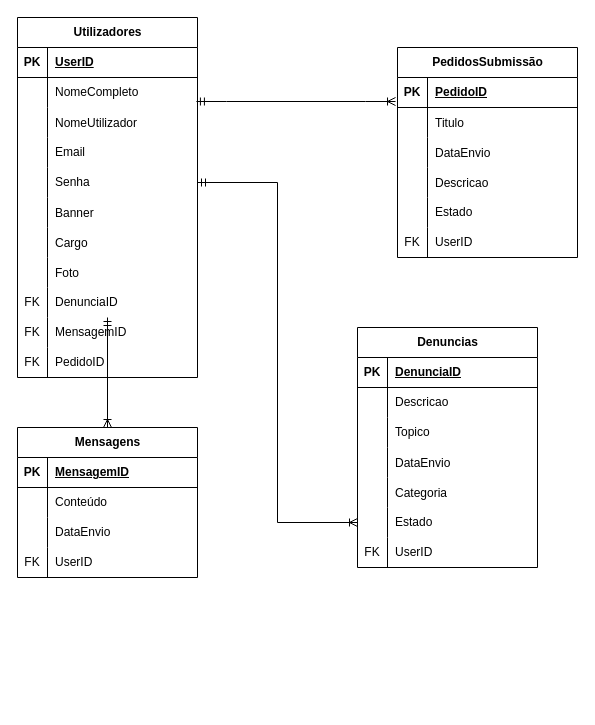
Before: page "Modelo relacional" (2 of 2) of Drawio/Casos_de_Uso.drawio in henriqueolivgp/Plataforma-De-Denuncias-De-Ciberataques, a draw.io diagram. Source tidied: cells renumbered, new cells numbered last; positions are measured from the earlier drawing's top-left corner, leaving out a move shared by most shapes. Both pictures are drawn from the tidied source at 100%, with x=0, y=0 at pixel (17, 17).
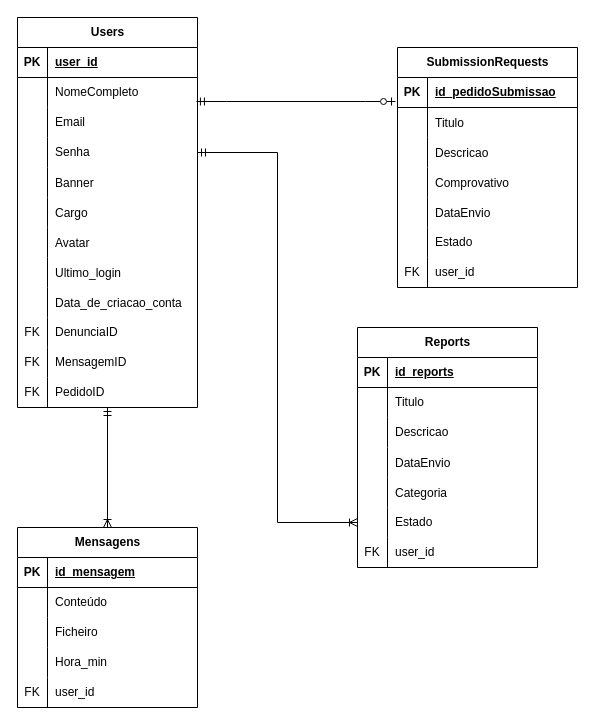
The same page after the edit.

Unchanged cells that the change refers to:
```xml
<mxCell id="3" style="shape=tableRow;horizontal=0;startSize=0;swimlaneHead=0;swimlaneBody=0;fillColor=none;top=0;left=0;right=0;bottom=1;" parent="2" vertex="1">
  <mxGeometry y="30" width="180" height="30" as="geometry" />
</mxCell>
<mxCell id="6" style="shape=tableRow;horizontal=0;startSize=0;swimlaneHead=0;swimlaneBody=0;fillColor=none;points=[[0,0.5],[1,0.5]];portConstraint=eastwest;top=0;left=0;right=0;bottom=0;" parent="2" vertex="1">
  <mxGeometry y="60" width="180" height="30" as="geometry" />
</mxCell>
<mxCell id="37" style="shape=tableRow;horizontal=0;startSize=0;swimlaneHead=0;swimlaneBody=0;fillColor=none;points=[[0,0.5],[1,0.5]];portConstraint=eastwest;top=0;left=0;right=0;bottom=1;" parent="36" vertex="1">
  <mxGeometry y="30" width="180" height="30" as="geometry" />
</mxCell>
<mxCell id="56" style="shape=tableRow;horizontal=0;startSize=0;swimlaneHead=0;swimlaneBody=0;fillColor=none;top=0;left=0;right=0;bottom=1;" parent="55" vertex="1">
  <mxGeometry y="30" width="180" height="30" as="geometry" />
</mxCell>
<mxCell id="69" style="shape=tableRow;horizontal=0;startSize=0;swimlaneHead=0;swimlaneBody=0;fillColor=none;top=0;left=0;right=0;bottom=1;" parent="68" vertex="1">
  <mxGeometry y="30" width="180" height="30" as="geometry" />
</mxCell>
<mxCell id="72" style="shape=tableRow;horizontal=0;startSize=0;swimlaneHead=0;swimlaneBody=0;fillColor=none;top=0;left=0;right=0;bottom=0;" parent="68" vertex="1">
  <mxGeometry y="60" width="180" height="30" as="geometry" />
</mxCell>
<mxCell id="75" style="shape=tableRow;horizontal=0;startSize=0;swimlaneHead=0;swimlaneBody=0;fillColor=none;top=0;left=0;right=0;bottom=0;" parent="68" vertex="1">
  <mxGeometry y="90" width="180" height="30" as="geometry" />
</mxCell>
<mxCell id="87" style="shape=tableRow;horizontal=0;startSize=0;swimlaneHead=0;swimlaneBody=0;fillColor=none;top=0;left=0;right=0;bottom=0;" parent="68" vertex="1">
  <mxGeometry y="210" width="180" height="30" as="geometry" />
</mxCell>
```

What changed in the source:
```diff
@@
-    <mxCell id="2" value="Utilizadores" style="shape=table;startSize=30;childLayout=tableLayout;rowLines=0;fontStyle=1;align=center;html=1;" parent="1" vertex="1">
-      <mxGeometry width="180" height="360" as="geometry" />
+    <mxCell id="2" value="Users" style="shape=table;startSize=30;childLayout=tableLayout;rowLines=0;fontStyle=1;align=center;html=1;" parent="1" vertex="1">
+      <mxGeometry width="180" height="390" as="geometry" />
     </mxCell>
@@
-    <mxCell id="5" value="UserID" style="shape=partialRectangle;fillColor=none;top=0;left=0;bottom=0;right=0;align=left;spacingLeft=6;fontStyle=5;overflow=hidden;whiteSpace=wrap;html=1;" parent="3" vertex="1">
+    <mxCell id="5" value="user_id" style="shape=partialRectangle;fillColor=none;top=0;left=0;bottom=0;right=0;align=left;spacingLeft=6;fontStyle=5;overflow=hidden;whiteSpace=wrap;html=1;" parent="3" vertex="1">
       <mxGeometry x="30" width="150" height="30" as="geometry" />
     </mxCell>
@@
-    <mxCell id="9" style="shape=tableRow;horizontal=0;startSize=0;swimlaneHead=0;swimlaneBody=0;fillColor=none;top=0;left=0;right=0;bottom=0;" parent="2" vertex="1">
-      <mxGeometry y="90" width="180" height="30" as="geometry" />
-    </mxCell>
-    <mxCell id="10" style="shape=partialRectangle;fillColor=none;top=0;left=0;bottom=0;right=0;overflow=hidden;" parent="9" vertex="1">
-      <mxGeometry width="30" height="30" as="geometry" />
-    </mxCell>
-    <mxCell id="11" value="NomeUtilizador" style="shape=partialRectangle;fillColor=none;top=0;left=0;bottom=0;right=0;align=left;spacingLeft=6;overflow=hidden;" parent="9" vertex="1">
-      <mxGeometry x="30" width="150" height="30" as="geometry" />
-    </mxCell>
     <mxCell id="12" style="shape=tableRow;horizontal=0;startSize=0;swimlaneHead=0;swimlaneBody=0;fillColor=none;top=0;left=0;right=0;bottom=0;" parent="2" vertex="1">
-      <mxGeometry y="120" width="180" height="30" as="geometry" />
+      <mxGeometry y="90" width="180" height="30" as="geometry" />
     </mxCell>
@@
     <mxCell id="15" style="shape=tableRow;horizontal=0;startSize=0;swimlaneHead=0;swimlaneBody=0;fillColor=none;points=[[0,0.5],[1,0.5]];portConstraint=eastwest;top=0;left=0;right=0;bottom=0;" parent="2" vertex="1">
-      <mxGeometry y="150" width="180" height="30" as="geometry" />
+      <mxGeometry y="120" width="180" height="30" as="geometry" />
     </mxCell>
@@
     <mxCell id="18" style="shape=tableRow;horizontal=0;startSize=0;swimlaneHead=0;swimlaneBody=0;fillColor=none;top=0;left=0;right=0;bottom=0;" parent="2" vertex="1">
-      <mxGeometry y="180" width="180" height="30" as="geometry" />
+      <mxGeometry y="150" width="180" height="30" as="geometry" />
     </mxCell>
@@
     <mxCell id="21" style="shape=tableRow;horizontal=0;startSize=0;swimlaneHead=0;swimlaneBody=0;fillColor=none;top=0;left=0;right=0;bottom=0;" parent="2" vertex="1">
-      <mxGeometry y="210" width="180" height="30" as="geometry" />
+      <mxGeometry y="180" width="180" height="30" as="geometry" />
     </mxCell>
@@
     <mxCell id="24" style="shape=tableRow;horizontal=0;startSize=0;swimlaneHead=0;swimlaneBody=0;fillColor=none;top=0;left=0;right=0;bottom=0;" parent="2" vertex="1">
-      <mxGeometry y="240" width="180" height="30" as="geometry" />
+      <mxGeometry y="210" width="180" height="30" as="geometry" />
     </mxCell>
@@
-    <mxCell id="26" value="Foto" style="shape=partialRectangle;fillColor=none;top=0;left=0;bottom=0;right=0;align=left;spacingLeft=6;overflow=hidden;" parent="24" vertex="1">
+    <mxCell id="26" value="Avatar" style="shape=partialRectangle;fillColor=none;top=0;left=0;bottom=0;right=0;align=left;spacingLeft=6;overflow=hidden;" parent="24" vertex="1">
       <mxGeometry x="30" width="150" height="30" as="geometry" />
     </mxCell>
+    <mxCell id="93" style="shape=tableRow;horizontal=0;startSize=0;swimlaneHead=0;swimlaneBody=0;fillColor=none;top=0;left=0;right=0;bottom=0;" parent="2" vertex="1">
+      <mxGeometry y="240" width="180" height="30" as="geometry" />
+    </mxCell>
+    <mxCell id="94" style="shape=partialRectangle;fillColor=none;top=0;left=0;bottom=0;right=0;overflow=hidden;" parent="93" vertex="1">
+      <mxGeometry width="30" height="30" as="geometry" />
+    </mxCell>
+    <mxCell id="95" value="Ultimo_login" style="shape=partialRectangle;fillColor=none;top=0;left=0;bottom=0;right=0;align=left;spacingLeft=6;overflow=hidden;" parent="93" vertex="1">
+      <mxGeometry x="30" width="150" height="30" as="geometry" />
+    </mxCell>
+    <mxCell id="96" style="shape=tableRow;horizontal=0;startSize=0;swimlaneHead=0;swimlaneBody=0;fillColor=none;top=0;left=0;right=0;bottom=0;" parent="2" vertex="1">
+      <mxGeometry y="270" width="180" height="30" as="geometry" />
+    </mxCell>
+    <mxCell id="97" style="shape=partialRectangle;fillColor=none;top=0;left=0;bottom=0;right=0;overflow=hidden;" parent="96" vertex="1">
+      <mxGeometry width="30" height="30" as="geometry" />
+    </mxCell>
+    <mxCell id="98" value="Data_de_criacao_conta" style="shape=partialRectangle;fillColor=none;top=0;left=0;bottom=0;right=0;align=left;spacingLeft=6;overflow=hidden;" parent="96" vertex="1">
+      <mxGeometry x="30" width="150" height="30" as="geometry" />
+    </mxCell>
     <mxCell id="27" style="shape=tableRow;horizontal=0;startSize=0;swimlaneHead=0;swimlaneBody=0;fillColor=none;top=0;left=0;right=0;bottom=0;" parent="2" vertex="1">
-      <mxGeometry y="270" width="180" height="30" as="geometry" />
+      <mxGeometry y="300" width="180" height="30" as="geometry" />
     </mxCell>
@@
     <mxCell id="30" style="shape=tableRow;horizontal=0;startSize=0;swimlaneHead=0;swimlaneBody=0;fillColor=none;top=0;left=0;right=0;bottom=0;" parent="2" vertex="1">
-      <mxGeometry y="300" width="180" height="30" as="geometry" />
+      <mxGeometry y="330" width="180" height="30" as="geometry" />
     </mxCell>
@@
     <mxCell id="33" style="shape=tableRow;horizontal=0;startSize=0;swimlaneHead=0;swimlaneBody=0;fillColor=none;points=[[0,0.5],[1,0.5]];portConstraint=eastwest;top=0;left=0;right=0;bottom=0;" parent="2" vertex="1">
-      <mxGeometry y="330" width="180" height="30" as="geometry" />
+      <mxGeometry y="360" width="180" height="30" as="geometry" />
     </mxCell>
@@
-    <mxCell id="36" value="PedidosSubmissão" style="shape=table;startSize=30;childLayout=tableLayout;rowLines=0;fontStyle=1;align=center;html=1;" parent="1" vertex="1">
-      <mxGeometry x="380" y="30" width="180" height="210" as="geometry" />
+    <mxCell id="36" value="SubmissionRequests" style="shape=table;startSize=30;childLayout=tableLayout;rowLines=0;fontStyle=1;align=center;html=1;" parent="1" vertex="1">
+      <mxGeometry x="380" y="30" width="180" height="240" as="geometry" />
     </mxCell>
@@
-    <mxCell id="39" value="PedidoID" style="shape=partialRectangle;fillColor=none;top=0;left=0;bottom=0;right=0;align=left;spacingLeft=6;fontStyle=5;overflow=hidden;whiteSpace=wrap;html=1;" parent="37" vertex="1">
+    <mxCell id="39" value="id_pedidoSubmissao" style="shape=partialRectangle;fillColor=none;top=0;left=0;bottom=0;right=0;align=left;spacingLeft=6;fontStyle=5;overflow=hidden;whiteSpace=wrap;html=1;" parent="37" vertex="1">
       <mxGeometry x="30" width="150" height="30" as="geometry" />
     </mxCell>
@@
+    <mxCell id="99" style="shape=tableRow;horizontal=0;startSize=0;swimlaneHead=0;swimlaneBody=0;fillColor=none;top=0;left=0;right=0;bottom=0;" parent="36" vertex="1">
+      <mxGeometry y="90" width="180" height="30" as="geometry" />
+    </mxCell>
+    <mxCell id="100" style="shape=partialRectangle;fillColor=none;top=0;left=0;bottom=0;right=0;overflow=hidden;" parent="99" vertex="1">
+      <mxGeometry width="30" height="30" as="geometry" />
+    </mxCell>
+    <mxCell id="48" value="Descricao" style="shape=partialRectangle;fillColor=none;top=0;left=0;bottom=0;right=0;align=left;spacingLeft=6;overflow=hidden;" parent="99" vertex="1">
+      <mxGeometry x="30" width="150" height="30" as="geometry" />
+    </mxCell>
+    <mxCell id="46" style="shape=tableRow;horizontal=0;startSize=0;swimlaneHead=0;swimlaneBody=0;fillColor=none;top=0;left=0;right=0;bottom=0;" parent="36" vertex="1">
+      <mxGeometry y="120" width="180" height="30" as="geometry" />
+    </mxCell>
+    <mxCell id="101" style="shape=partialRectangle;fillColor=none;top=0;left=0;bottom=0;right=0;overflow=hidden;" parent="46" vertex="1">
+      <mxGeometry width="30" height="30" as="geometry" />
+    </mxCell>
+    <mxCell id="102" value="Comprovativo" style="shape=partialRectangle;fillColor=none;top=0;left=0;bottom=0;right=0;align=left;spacingLeft=6;overflow=hidden;" parent="46" vertex="1">
+      <mxGeometry x="30" width="150" height="30" as="geometry" />
+    </mxCell>
     <mxCell id="43" style="shape=tableRow;horizontal=0;startSize=0;swimlaneHead=0;swimlaneBody=0;fillColor=none;top=0;left=0;right=0;bottom=0;" parent="36" vertex="1">
-      <mxGeometry y="90" width="180" height="30" as="geometry" />
+      <mxGeometry y="150" width="180" height="30" as="geometry" />
     </mxCell>
@@
-    <mxCell id="46" style="shape=tableRow;horizontal=0;startSize=0;swimlaneHead=0;swimlaneBody=0;fillColor=none;top=0;left=0;right=0;bottom=0;" parent="36" vertex="1">
-      <mxGeometry y="120" width="180" height="30" as="geometry" />
-    </mxCell>
-    <mxCell id="47" style="shape=partialRectangle;fillColor=none;top=0;left=0;bottom=0;right=0;overflow=hidden;" parent="46" vertex="1">
-      <mxGeometry width="30" height="30" as="geometry" />
-    </mxCell>
-    <mxCell id="48" value="Descricao" style="shape=partialRectangle;fillColor=none;top=0;left=0;bottom=0;right=0;align=left;spacingLeft=6;overflow=hidden;" parent="46" vertex="1">
-      <mxGeometry x="30" width="150" height="30" as="geometry" />
-    </mxCell>
     <mxCell id="49" style="shape=tableRow;horizontal=0;startSize=0;swimlaneHead=0;swimlaneBody=0;fillColor=none;top=0;left=0;right=0;bottom=0;" parent="36" vertex="1">
-      <mxGeometry y="150" width="180" height="30" as="geometry" />
+      <mxGeometry y="180" width="180" height="30" as="geometry" />
     </mxCell>
@@
     <mxCell id="52" style="shape=tableRow;horizontal=0;startSize=0;swimlaneHead=0;swimlaneBody=0;fillColor=none;top=0;left=0;right=0;bottom=0;" parent="36" vertex="1">
-      <mxGeometry y="180" width="180" height="30" as="geometry" />
+      <mxGeometry y="210" width="180" height="30" as="geometry" />
     </mxCell>
@@
-    <mxCell id="54" value="UserID" style="shape=partialRectangle;fillColor=none;top=0;left=0;bottom=0;right=0;align=left;spacingLeft=6;overflow=hidden;whiteSpace=wrap;html=1;" parent="52" vertex="1">
+    <mxCell id="54" value="user_id" style="shape=partialRectangle;fillColor=none;top=0;left=0;bottom=0;right=0;align=left;spacingLeft=6;overflow=hidden;whiteSpace=wrap;html=1;" parent="52" vertex="1">
       <mxGeometry x="30" width="150" height="30" as="geometry" />
     </mxCell>
     <mxCell id="55" value="Mensagens" style="shape=table;startSize=30;childLayout=tableLayout;rowLines=0;fontStyle=1;align=center;html=1;" parent="1" vertex="1">
-      <mxGeometry y="410" width="180" height="150" as="geometry" />
+      <mxGeometry y="510" width="180" height="180" as="geometry" />
     </mxCell>
@@
-    <mxCell id="58" value="MensagemID" style="shape=partialRectangle;fillColor=none;top=0;left=0;bottom=0;right=0;align=left;spacingLeft=6;fontStyle=5;overflow=hidden;whiteSpace=wrap;html=1;" parent="56" vertex="1">
+    <mxCell id="58" value="id_mensagem" style="shape=partialRectangle;fillColor=none;top=0;left=0;bottom=0;right=0;align=left;spacingLeft=6;fontStyle=5;overflow=hidden;whiteSpace=wrap;html=1;" parent="56" vertex="1">
       <mxGeometry x="30" width="150" height="30" as="geometry" />
     </mxCell>
@@
+    <mxCell id="103" style="shape=tableRow;horizontal=0;startSize=0;swimlaneHead=0;swimlaneBody=0;fillColor=none;top=0;left=0;right=0;bottom=0;" parent="55" vertex="1">
+      <mxGeometry y="90" width="180" height="30" as="geometry" />
+    </mxCell>
+    <mxCell id="104" style="shape=partialRectangle;fillColor=none;top=0;left=0;bottom=0;right=0;overflow=hidden;whiteSpace=wrap;html=1;" parent="103" vertex="1">
+      <mxGeometry width="30" height="30" as="geometry" />
+    </mxCell>
+    <mxCell id="105" value="Ficheiro" style="shape=partialRectangle;fillColor=none;top=0;left=0;bottom=0;right=0;align=left;spacingLeft=6;overflow=hidden;whiteSpace=wrap;html=1;" parent="103" vertex="1">
+      <mxGeometry x="30" width="150" height="30" as="geometry" />
+    </mxCell>
     <mxCell id="62" style="shape=tableRow;horizontal=0;startSize=0;swimlaneHead=0;swimlaneBody=0;fillColor=none;top=0;left=0;right=0;bottom=0;" parent="55" vertex="1">
-      <mxGeometry y="90" width="180" height="30" as="geometry" />
+      <mxGeometry y="120" width="180" height="30" as="geometry" />
     </mxCell>
@@
-    <mxCell id="64" value="DataEnvio" style="shape=partialRectangle;fillColor=none;top=0;left=0;bottom=0;right=0;align=left;spacingLeft=6;overflow=hidden;whiteSpace=wrap;html=1;" parent="62" vertex="1">
+    <mxCell id="64" value="Hora_min" style="shape=partialRectangle;fillColor=none;top=0;left=0;bottom=0;right=0;align=left;spacingLeft=6;overflow=hidden;whiteSpace=wrap;html=1;" parent="62" vertex="1">
       <mxGeometry x="30" width="150" height="30" as="geometry" />
     </mxCell>
     <mxCell id="65" style="shape=tableRow;horizontal=0;startSize=0;swimlaneHead=0;swimlaneBody=0;fillColor=none;top=0;left=0;right=0;bottom=0;" parent="55" vertex="1">
-      <mxGeometry y="120" width="180" height="30" as="geometry" />
+      <mxGeometry y="150" width="180" height="30" as="geometry" />
     </mxCell>
@@
-    <mxCell id="67" value="UserID" style="shape=partialRectangle;fillColor=none;top=0;left=0;bottom=0;right=0;align=left;spacingLeft=6;overflow=hidden;whiteSpace=wrap;html=1;" parent="65" vertex="1">
+    <mxCell id="67" value="user_id" style="shape=partialRectangle;fillColor=none;top=0;left=0;bottom=0;right=0;align=left;spacingLeft=6;overflow=hidden;whiteSpace=wrap;html=1;" parent="65" vertex="1">
       <mxGeometry x="30" width="150" height="30" as="geometry" />
     </mxCell>
-    <mxCell id="68" value="Denuncias" style="shape=table;startSize=30;childLayout=tableLayout;rowLines=0;fontStyle=1;align=center;html=1;" parent="1" vertex="1">
+    <mxCell id="68" value="Reports" style="shape=table;startSize=30;childLayout=tableLayout;rowLines=0;fontStyle=1;align=center;html=1;" parent="1" vertex="1">
       <mxGeometry x="340" y="310" width="180" height="240" as="geometry" />
     </mxCell>
@@
-    <mxCell id="71" value="DenunciaID" style="shape=partialRectangle;fillColor=none;top=0;left=0;bottom=0;right=0;align=left;spacingLeft=6;fontStyle=5;overflow=hidden;whiteSpace=wrap;html=1;" parent="69" vertex="1">
+    <mxCell id="71" value="id_reports" style="shape=partialRectangle;fillColor=none;top=0;left=0;bottom=0;right=0;align=left;spacingLeft=6;fontStyle=5;overflow=hidden;whiteSpace=wrap;html=1;" parent="69" vertex="1">
       <mxGeometry x="30" width="150" height="30" as="geometry" />
     </mxCell>
@@
-    <mxCell id="74" value="Descricao" style="shape=partialRectangle;fillColor=none;top=0;left=0;bottom=0;right=0;align=left;spacingLeft=6;overflow=hidden;whiteSpace=wrap;html=1;" parent="72" vertex="1">
+    <mxCell id="74" value="Titulo" style="shape=partialRectangle;fillColor=none;top=0;left=0;bottom=0;right=0;align=left;spacingLeft=6;overflow=hidden;whiteSpace=wrap;html=1;" parent="72" vertex="1">
       <mxGeometry x="30" width="150" height="30" as="geometry" />
     </mxCell>
@@
-    <mxCell id="77" value="Topico" style="shape=partialRectangle;fillColor=none;top=0;left=0;bottom=0;right=0;align=left;spacingLeft=6;overflow=hidden;whiteSpace=wrap;html=1;" parent="75" vertex="1">
+    <mxCell id="77" value="Descricao" style="shape=partialRectangle;fillColor=none;top=0;left=0;bottom=0;right=0;align=left;spacingLeft=6;overflow=hidden;whiteSpace=wrap;html=1;" parent="75" vertex="1">
       <mxGeometry x="30" width="150" height="30" as="geometry" />
     </mxCell>
@@
-    <mxCell id="89" value="UserID" style="shape=partialRectangle;fillColor=none;top=0;left=0;bottom=0;right=0;align=left;spacingLeft=6;overflow=hidden;whiteSpace=wrap;html=1;" parent="87" vertex="1">
-      <mxGeometry x="30" width="150" height="30" as="geometry" />
-    </mxCell>
+    <mxCell id="106" value="user_id" style="shape=partialRectangle;fillColor=none;top=0;left=0;bottom=0;right=0;align=left;spacingLeft=6;overflow=hidden;whiteSpace=wrap;html=1;" parent="87" vertex="1">
+      <mxGeometry x="30" width="150" height="30" as="geometry" />
+    </mxCell>
-    <mxCell id="90" style="edgeStyle=entityRelationEdgeStyle;fontSize=12;html=1;endArrow=ERoneToMany;startArrow=ERmandOne;rounded=0;exitX=0.994;exitY=0.8;exitDx=0;exitDy=0;exitPerimeter=0;entryX=-0.011;entryY=0.8;entryDx=0;entryDy=0;entryPerimeter=0;" parent="1" edge="1" source="6" target="37">
+    <mxCell id="90" style="edgeStyle=entityRelationEdgeStyle;fontSize=12;html=1;endArrow=ERzeroToOne;startArrow=ERmandOne;rounded=0;exitX=0.994;exitY=0.8;exitDx=0;exitDy=0;exitPerimeter=0;entryX=-0.011;entryY=0.8;entryDx=0;entryDy=0;entryPerimeter=0;endFill=0;" parent="1" edge="1" source="6" target="37">
       <mxGeometry relative="1" as="geometry">
         <Array as="points">
           <mxPoint x="70" y="60" />
           <mxPoint x="180" y="70" />
         </Array>
       </mxGeometry>
     </mxCell>
-    <mxCell id="91" style="fontSize=12;html=1;endArrow=ERoneToMany;startArrow=ERmandOne;rounded=0;entryX=0.5;entryY=0;entryDx=0;entryDy=0;" parent="1" edge="1" target="55">
-      <mxGeometry relative="1" as="geometry">
-        <mxPoint x="90" y="300" as="sourcePoint" />
-      </mxGeometry>
+    <mxCell id="91" style="fontSize=12;html=1;endArrow=ERoneToMany;startArrow=ERmandOne;rounded=0;entryX=0.5;entryY=0;entryDx=0;entryDy=0;exitX=0.5;exitY=1;exitDx=0;exitDy=0;exitPerimeter=0;" parent="1" edge="1" source="33" target="55">
+      <mxGeometry relative="1" as="geometry" />
     </mxCell>
```
